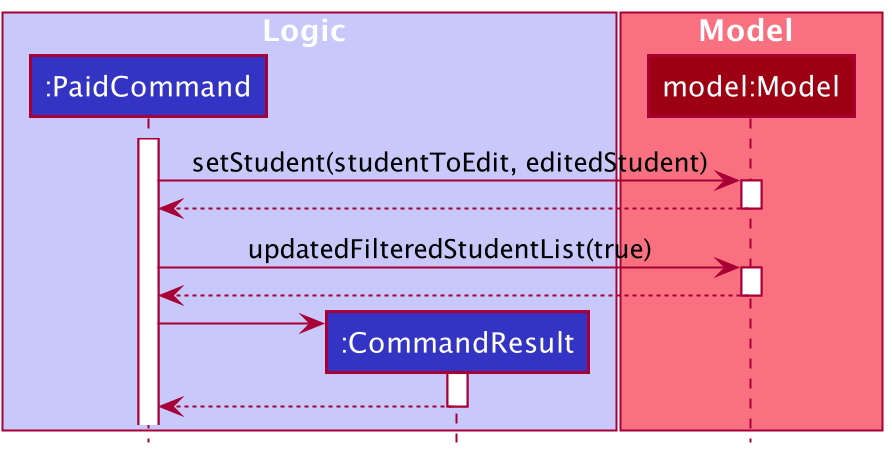
Above: docs/images/SetEditedStudentSequenceDiagram.png in nus-cs2103-AY2122S1/tp (PlantUML), before the change. Its diagram source:
```plantuml
@startuml
!include style.puml

box Logic LOGIC_COLOR_T1
participant ":PaidCommand" as PaidCommand LOGIC_COLOR
participant ":CommandResult" as CommandResult LOGIC_COLOR
end box

box Model MODEL_COLOR_T1
participant "model:Model" as Model MODEL_COLOR
end box

activate PaidCommand

PaidCommand -> Model : setStudent(studentToEdit, editedStudent)
activate Model
Model --> PaidCommand
deactivate Model

PaidCommand -> Model : updatedFilteredStudentList(true)
activate Model
Model --> PaidCommand
deactivate Model

create CommandResult
PaidCommand -> CommandResult
activate CommandResult
CommandResult --> PaidCommand
deactivate CommandResult

@enduml
```
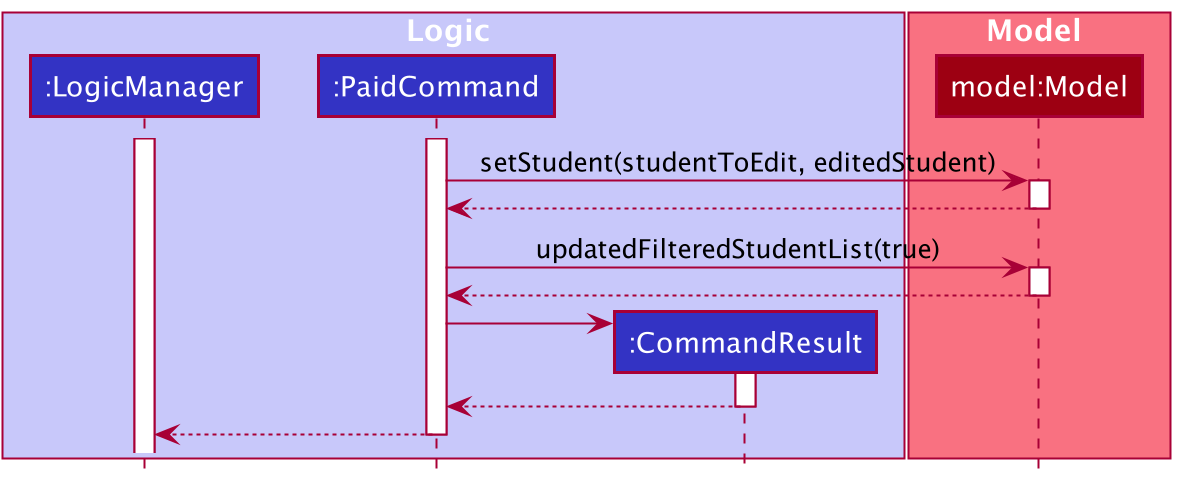
Later version of the same file.

Change to the diagram source:
```diff
@@ -2,6 +2,7 @@
 !include style.puml
 
 box Logic LOGIC_COLOR_T1
+participant ":LogicManager" as LogicManager LOGIC_COLOR
 participant ":PaidCommand" as PaidCommand LOGIC_COLOR
 participant ":CommandResult" as CommandResult LOGIC_COLOR
 end box
@@ -11,6 +12,7 @@
 end box
 
 activate PaidCommand
+activate LogicManager
 
 PaidCommand -> Model : setStudent(studentToEdit, editedStudent)
 activate Model
@@ -28,4 +30,7 @@
 CommandResult --> PaidCommand
 deactivate CommandResult
 
+PaidCommand --> LogicManager
+deactivate PaidCommand
+
 @enduml
```
